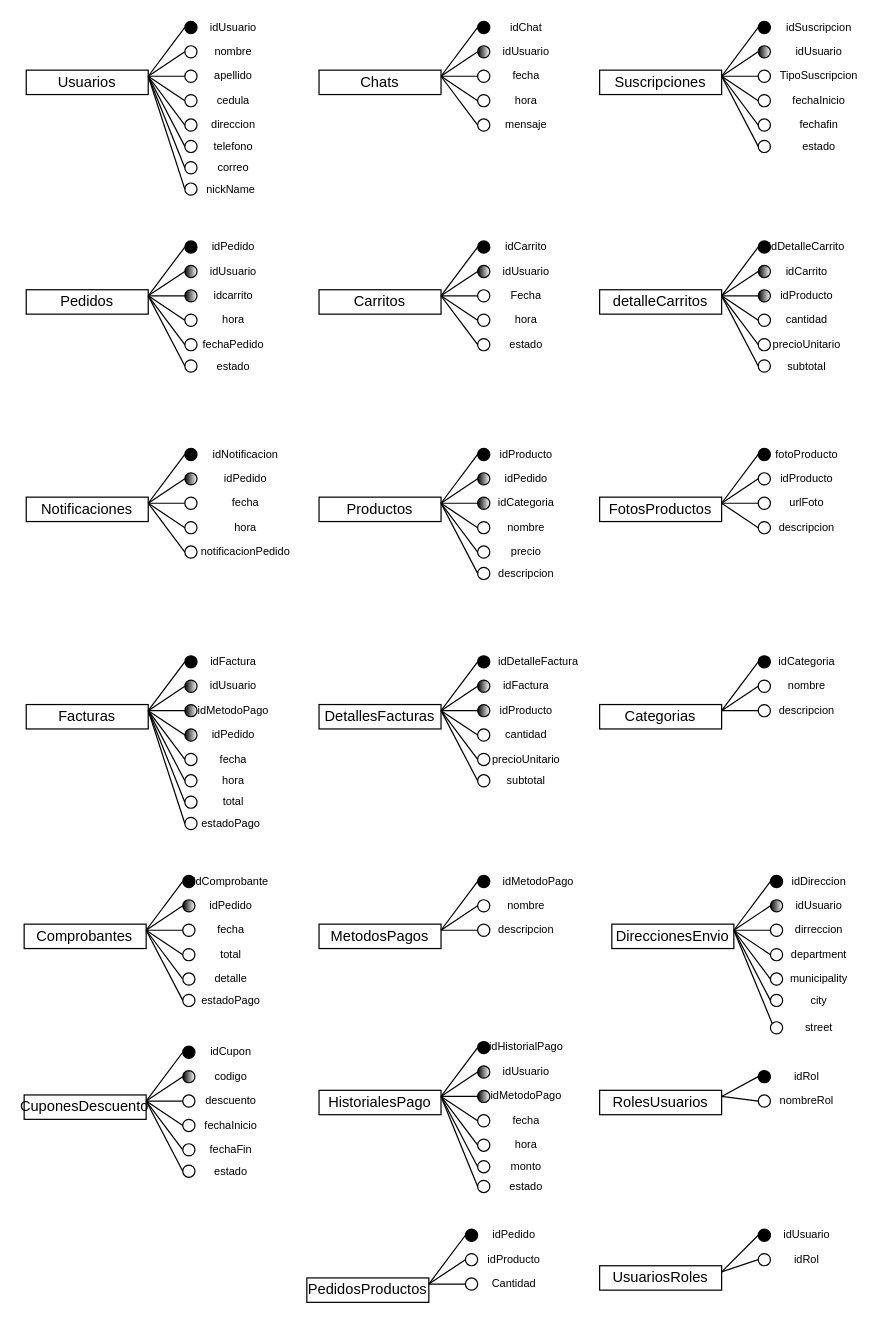
Above: BD/merKamiapp.drawio in DarkJ-18/DiagramaClasesKamiapp (draw.io), before the change. Source tidied: cells renumbered, new cells numbered last; positions are measured from the earlier drawing's top-left corner, leaving out a move shared by most shapes. Both pictures are drawn from the tidied source at 122%, with x=0, y=0 at pixel (23, 21).
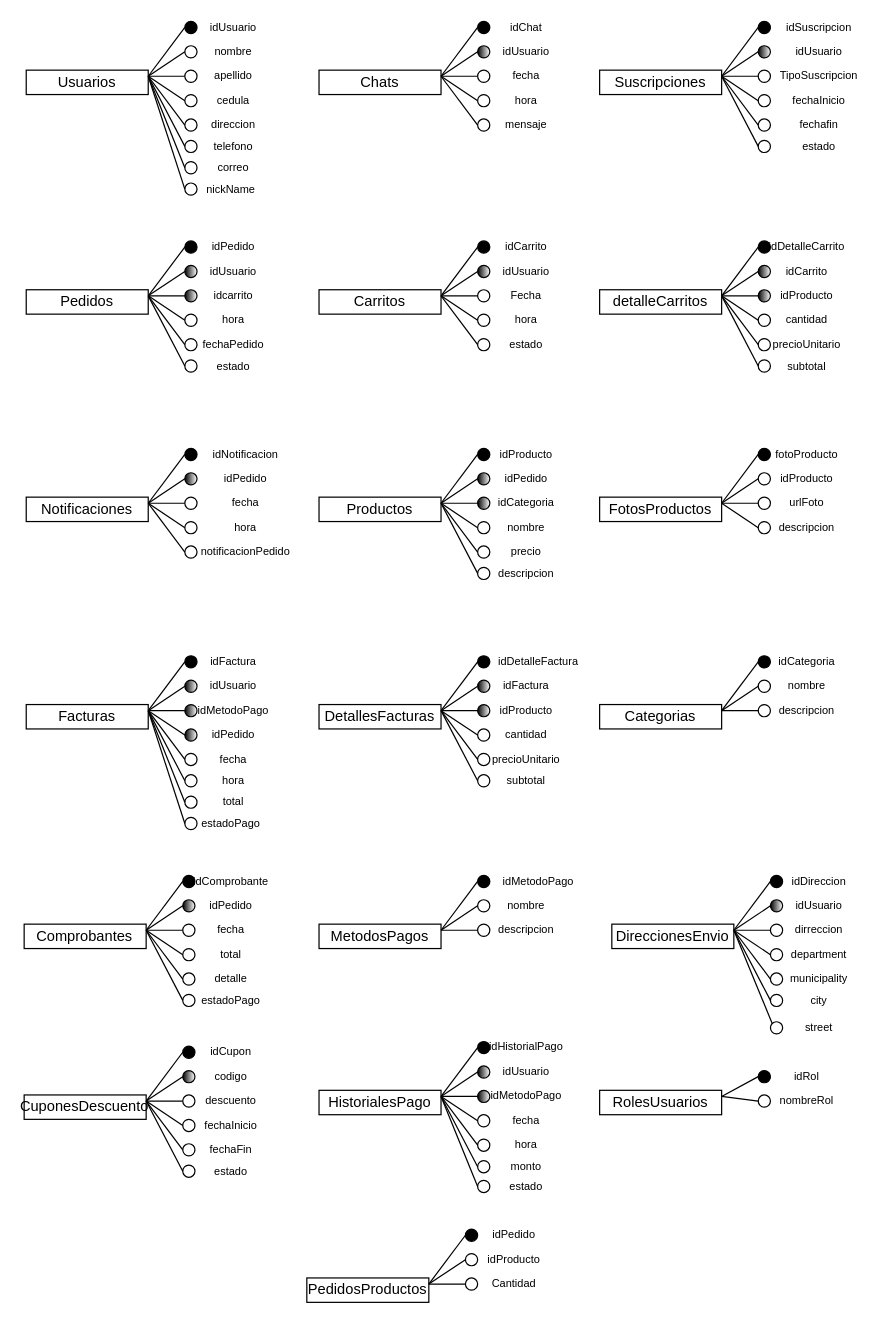
The same diagram, later.

Commit message (it also covers changes not shown here):
Actualizar relaciones de tablas en bdKamiapp.sql

Change to the diagram source:
```diff
@@
-    <mxCell id="346" value="UsuariosRoles" style="whiteSpace=wrap;html=1;align=center;fillStyle=auto;strokeColor=#000000;fillColor=none;gradientColor=none;gradientDirection=south;" parent="1" vertex="1">
-      <mxGeometry x="472" y="1020" width="100" height="20" as="geometry" />
-    </mxCell>
-    <mxCell id="347" style="edgeStyle=none;html=1;exitX=0;exitY=1;exitDx=0;exitDy=0;strokeColor=#000000;fontSize=9;" parent="1" edge="1" source="348">
+    <mxCell id="347" style="edgeStyle=none;html=1;exitX=0;exitY=1;exitDx=0;exitDy=0;strokeColor=#000000;fontSize=9;" parent="1" edge="1">
       <mxGeometry relative="1" as="geometry">
+        <mxPoint x="603.5" y="998.5" as="sourcePoint" />
         <mxPoint x="603.3" y="998.7" as="targetPoint" />
       </mxGeometry>
     </mxCell>
-    <mxCell id="348" style="ellipse;whiteSpace=wrap;html=1;fillStyle=auto;gradientDirection=south;strokeColor=#000000;fillColor=#000000;" parent="1" vertex="1">
-      <mxGeometry x="602" y="990" width="10" height="10" as="geometry" />
-    </mxCell>
-    <mxCell id="349" style="endArrow=none;html=1;rounded=0;exitX=1;exitY=0.25;exitDx=0;exitDy=0;entryX=0;entryY=0.5;entryDx=0;entryDy=0;strokeColor=#000000;" parent="1" edge="1" source="346" target="348">
-      <mxGeometry relative="1" as="geometry" />
-    </mxCell>
-    <mxCell id="350" style="ellipse;whiteSpace=wrap;html=1;fillStyle=auto;gradientDirection=south;strokeColor=#000000;fillColor=none;" parent="1" vertex="1">
-      <mxGeometry x="602" y="1010" width="10" height="10" as="geometry" />
-    </mxCell>
-    <mxCell id="351" style="endArrow=none;html=1;rounded=0;exitX=1;exitY=0.25;exitDx=0;exitDy=0;entryX=0;entryY=0.5;entryDx=0;entryDy=0;strokeColor=#000000;" parent="1" edge="1" source="346" target="350">
-      <mxGeometry relative="1" as="geometry" />
-    </mxCell>
-    <mxCell id="352" value="idUsuario" style="text;html=1;strokeColor=none;fillColor=none;align=center;verticalAlign=middle;whiteSpace=wrap;rounded=0;fillStyle=auto;strokeWidth=1;fontSize=9;" parent="1" vertex="1">
-      <mxGeometry x="612" y="990" width="60" height="10" as="geometry" />
-    </mxCell>
-    <mxCell id="353" value="idRol" style="text;html=1;strokeColor=none;fillColor=none;align=center;verticalAlign=middle;whiteSpace=wrap;rounded=0;fillStyle=auto;strokeWidth=1;fontSize=9;" parent="1" vertex="1">
-      <mxGeometry x="612" y="1010" width="60" height="10" as="geometry" />
-    </mxCell>
```
